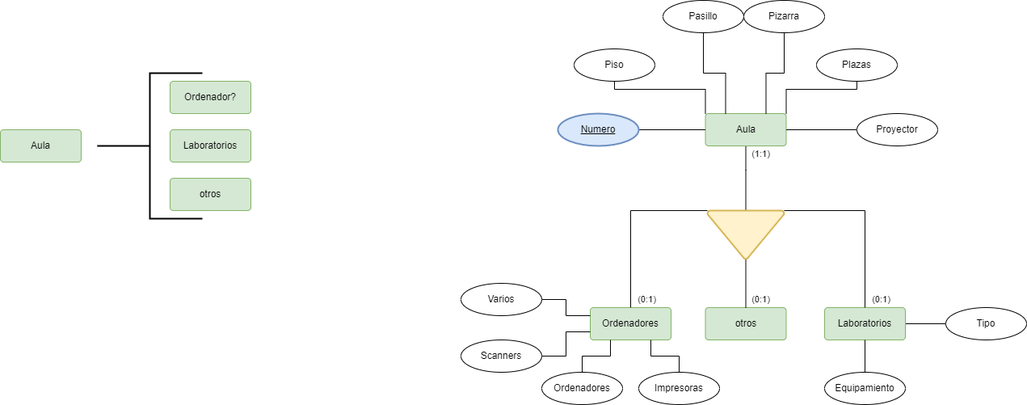
Angel-L-G/Base-Datos keeps this draw.io diagram as tareas base de datos/Actividades_Esquemas/Actividades_Esquemas/ejercicio_8.drawio.png. Above is the earlier version. Source tidied: cells renumbered, new cells last; positions are measured from the earlier drawing's top-left corner, leaving out a move shared by most shapes.
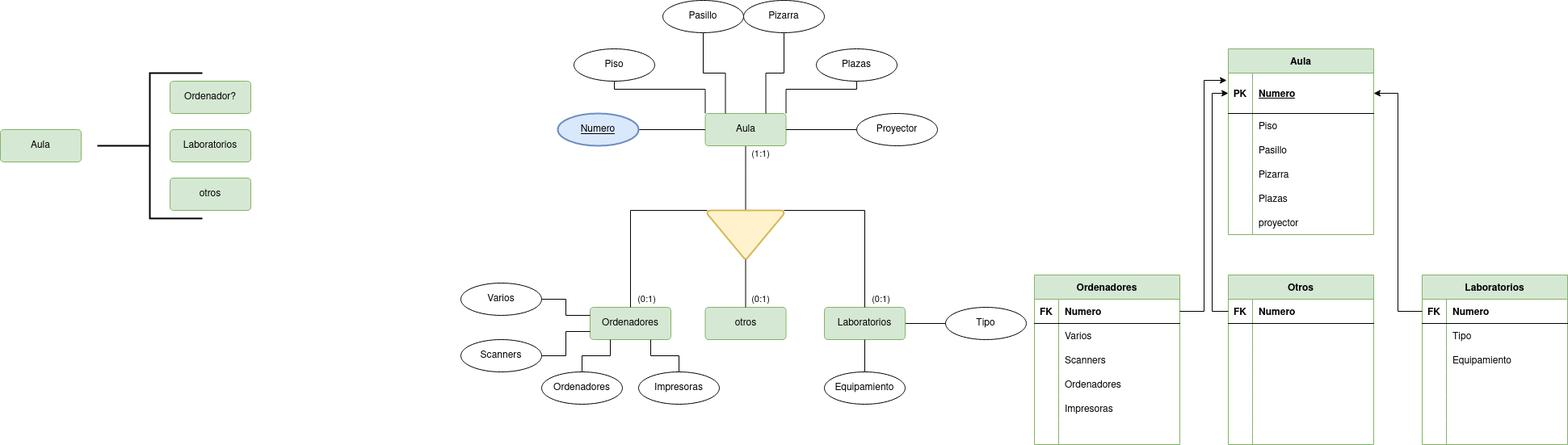
Later version of the same file.

What changed in the source:
```diff
@@ -141,5 +141,242 @@
     <mxCell id="39" value="Varios" style="ellipse;whiteSpace=wrap;html=1;align=center;labelBackgroundColor=none;strokeWidth=1;fontColor=#000000;" parent="1" vertex="1">
       <mxGeometry x="570" y="350" width="100" height="40" as="geometry" />
     </mxCell>
+    <mxCell id="40" value="Aula" style="shape=table;startSize=30;rowLines=0;fontStyle=1;align=center;fillColor=#d5e8d4;strokeColor=#82b366;" parent="1" vertex="1">
+      <mxGeometry x="1520" y="60" width="180" height="230" as="geometry" />
+    </mxCell>
+    <mxCell id="41" style="shape=tableRow;horizontal=0;startSize=0;swimlaneHead=0;swimlaneBody=0;fillColor=none;points=[[0,0.5],[1,0.5]];portConstraint=eastwest;top=0;left=0;right=0;bottom=1;" parent="40" vertex="1">
+      <mxGeometry y="30" width="180" height="50" as="geometry" />
+    </mxCell>
+    <mxCell id="42" value="PK" style="shape=partialRectangle;fillColor=none;top=0;left=0;bottom=0;right=0;fontStyle=1;overflow=hidden;" parent="41" vertex="1">
+      <mxGeometry width="30" height="50" as="geometry" />
+    </mxCell>
+    <mxCell id="43" value="Numero" style="shape=partialRectangle;fillColor=none;top=0;left=0;bottom=0;right=0;align=left;spacingLeft=6;fontStyle=5;overflow=hidden;" parent="41" vertex="1">
+      <mxGeometry x="30" width="150" height="50" as="geometry" />
+    </mxCell>
+    <mxCell id="44" style="shape=tableRow;horizontal=0;startSize=0;swimlaneHead=0;swimlaneBody=0;fillColor=none;top=0;left=0;right=0;bottom=0;" parent="40" vertex="1">
+      <mxGeometry y="80" width="180" height="30" as="geometry" />
+    </mxCell>
+    <mxCell id="45" style="shape=partialRectangle;fillColor=none;top=0;left=0;bottom=0;right=0;overflow=hidden;" parent="44" vertex="1">
+      <mxGeometry width="30" height="30" as="geometry" />
+    </mxCell>
+    <mxCell id="46" value="Piso" style="shape=partialRectangle;fillColor=none;top=0;left=0;bottom=0;right=0;align=left;spacingLeft=6;overflow=hidden;" parent="44" vertex="1">
+      <mxGeometry x="30" width="150" height="30" as="geometry" />
+    </mxCell>
+    <mxCell id="47" style="shape=tableRow;horizontal=0;startSize=0;swimlaneHead=0;swimlaneBody=0;fillColor=none;top=0;left=0;right=0;bottom=0;" parent="40" vertex="1">
+      <mxGeometry y="110" width="180" height="30" as="geometry" />
+    </mxCell>
+    <mxCell id="48" style="shape=partialRectangle;fillColor=none;top=0;left=0;bottom=0;right=0;overflow=hidden;" parent="47" vertex="1">
+      <mxGeometry width="30" height="30" as="geometry" />
+    </mxCell>
+    <mxCell id="49" value="Pasillo" style="shape=partialRectangle;fillColor=none;top=0;left=0;bottom=0;right=0;align=left;spacingLeft=6;overflow=hidden;" parent="47" vertex="1">
+      <mxGeometry x="30" width="150" height="30" as="geometry" />
+    </mxCell>
+    <mxCell id="50" style="shape=tableRow;horizontal=0;startSize=0;swimlaneHead=0;swimlaneBody=0;fillColor=none;top=0;left=0;right=0;bottom=0;" parent="40" vertex="1">
+      <mxGeometry y="140" width="180" height="30" as="geometry" />
+    </mxCell>
+    <mxCell id="51" style="shape=partialRectangle;fillColor=none;top=0;left=0;bottom=0;right=0;overflow=hidden;" parent="50" vertex="1">
+      <mxGeometry width="30" height="30" as="geometry" />
+    </mxCell>
+    <mxCell id="52" value="Pizarra" style="shape=partialRectangle;fillColor=none;top=0;left=0;bottom=0;right=0;align=left;spacingLeft=6;overflow=hidden;" parent="50" vertex="1">
+      <mxGeometry x="30" width="150" height="30" as="geometry" />
+    </mxCell>
+    <mxCell id="53" style="shape=tableRow;horizontal=0;startSize=0;swimlaneHead=0;swimlaneBody=0;fillColor=none;top=0;left=0;right=0;bottom=0;" parent="40" vertex="1">
+      <mxGeometry y="170" width="180" height="30" as="geometry" />
+    </mxCell>
+    <mxCell id="54" style="shape=partialRectangle;fillColor=none;top=0;left=0;bottom=0;right=0;overflow=hidden;" parent="53" vertex="1">
+      <mxGeometry width="30" height="30" as="geometry" />
+    </mxCell>
+    <mxCell id="55" value="Plazas" style="shape=partialRectangle;fillColor=none;top=0;left=0;bottom=0;right=0;align=left;spacingLeft=6;overflow=hidden;" parent="53" vertex="1">
+      <mxGeometry x="30" width="150" height="30" as="geometry" />
+    </mxCell>
+    <mxCell id="56" style="shape=tableRow;horizontal=0;startSize=0;swimlaneHead=0;swimlaneBody=0;fillColor=none;top=0;left=0;right=0;bottom=0;" parent="40" vertex="1">
+      <mxGeometry y="200" width="180" height="30" as="geometry" />
+    </mxCell>
+    <mxCell id="57" style="shape=partialRectangle;fillColor=none;top=0;left=0;bottom=0;right=0;overflow=hidden;" parent="56" vertex="1">
+      <mxGeometry width="30" height="30" as="geometry" />
+    </mxCell>
+    <mxCell id="58" value="proyector" style="shape=partialRectangle;fillColor=none;top=0;left=0;bottom=0;right=0;align=left;spacingLeft=6;overflow=hidden;" parent="56" vertex="1">
+      <mxGeometry x="30" width="150" height="30" as="geometry" />
+    </mxCell>
+    <mxCell id="59" value="Ordenadores" style="shape=table;startSize=30;rowLines=0;fontStyle=1;align=center;fillColor=#d5e8d4;strokeColor=#82b366;" parent="1" vertex="1">
+      <mxGeometry x="1280" y="340" width="180" height="210" as="geometry" />
+    </mxCell>
+    <mxCell id="60" style="shape=tableRow;horizontal=0;startSize=0;swimlaneHead=0;swimlaneBody=0;fillColor=none;points=[[0,0.5],[1,0.5]];portConstraint=eastwest;top=0;left=0;right=0;bottom=1;" parent="59" vertex="1">
+      <mxGeometry y="30" width="180" height="30" as="geometry" />
+    </mxCell>
+    <mxCell id="61" value="FK" style="shape=partialRectangle;fillColor=none;top=0;left=0;bottom=0;right=0;fontStyle=1;overflow=hidden;" parent="60" vertex="1">
+      <mxGeometry width="30" height="30" as="geometry" />
+    </mxCell>
+    <mxCell id="62" value="Numero" style="shape=partialRectangle;fillColor=none;top=0;left=0;bottom=0;right=0;align=left;spacingLeft=6;fontStyle=1;overflow=hidden;" parent="60" vertex="1">
+      <mxGeometry x="30" width="150" height="30" as="geometry" />
+    </mxCell>
+    <mxCell id="63" style="shape=tableRow;horizontal=0;startSize=0;swimlaneHead=0;swimlaneBody=0;fillColor=none;top=0;left=0;right=0;bottom=0;" parent="59" vertex="1">
+      <mxGeometry y="60" width="180" height="30" as="geometry" />
+    </mxCell>
+    <mxCell id="64" style="shape=partialRectangle;fillColor=none;top=0;left=0;bottom=0;right=0;overflow=hidden;" parent="63" vertex="1">
+      <mxGeometry width="30" height="30" as="geometry" />
+    </mxCell>
+    <mxCell id="65" value="Varios" style="shape=partialRectangle;fillColor=none;top=0;left=0;bottom=0;right=0;align=left;spacingLeft=6;overflow=hidden;" parent="63" vertex="1">
+      <mxGeometry x="30" width="150" height="30" as="geometry" />
+    </mxCell>
+    <mxCell id="66" style="shape=tableRow;horizontal=0;startSize=0;swimlaneHead=0;swimlaneBody=0;fillColor=none;top=0;left=0;right=0;bottom=0;" parent="59" vertex="1">
+      <mxGeometry y="90" width="180" height="30" as="geometry" />
+    </mxCell>
+    <mxCell id="67" style="shape=partialRectangle;fillColor=none;top=0;left=0;bottom=0;right=0;overflow=hidden;" parent="66" vertex="1">
+      <mxGeometry width="30" height="30" as="geometry" />
+    </mxCell>
+    <mxCell id="68" value="Scanners" style="shape=partialRectangle;fillColor=none;top=0;left=0;bottom=0;right=0;align=left;spacingLeft=6;overflow=hidden;" parent="66" vertex="1">
+      <mxGeometry x="30" width="150" height="30" as="geometry" />
+    </mxCell>
+    <mxCell id="69" style="shape=tableRow;horizontal=0;startSize=0;swimlaneHead=0;swimlaneBody=0;fillColor=none;top=0;left=0;right=0;bottom=0;" parent="59" vertex="1">
+      <mxGeometry y="120" width="180" height="30" as="geometry" />
+    </mxCell>
+    <mxCell id="70" style="shape=partialRectangle;fillColor=none;top=0;left=0;bottom=0;right=0;overflow=hidden;" parent="69" vertex="1">
+      <mxGeometry width="30" height="30" as="geometry" />
+    </mxCell>
+    <mxCell id="71" value="Ordenadores" style="shape=partialRectangle;fillColor=none;top=0;left=0;bottom=0;right=0;align=left;spacingLeft=6;overflow=hidden;" parent="69" vertex="1">
+      <mxGeometry x="30" width="150" height="30" as="geometry" />
+    </mxCell>
+    <mxCell id="72" style="shape=tableRow;horizontal=0;startSize=0;swimlaneHead=0;swimlaneBody=0;fillColor=none;top=0;left=0;right=0;bottom=0;" parent="59" vertex="1">
+      <mxGeometry y="150" width="180" height="30" as="geometry" />
+    </mxCell>
+    <mxCell id="73" style="shape=partialRectangle;fillColor=none;top=0;left=0;bottom=0;right=0;overflow=hidden;" parent="72" vertex="1">
+      <mxGeometry width="30" height="30" as="geometry" />
+    </mxCell>
+    <mxCell id="74" value="Impresoras" style="shape=partialRectangle;fillColor=none;top=0;left=0;bottom=0;right=0;align=left;spacingLeft=6;overflow=hidden;" parent="72" vertex="1">
+      <mxGeometry x="30" width="150" height="30" as="geometry" />
+    </mxCell>
+    <mxCell id="75" style="shape=tableRow;horizontal=0;startSize=0;swimlaneHead=0;swimlaneBody=0;fillColor=none;top=0;left=0;right=0;bottom=0;" parent="59" vertex="1">
+      <mxGeometry y="180" width="180" height="30" as="geometry" />
+    </mxCell>
+    <mxCell id="76" style="shape=partialRectangle;fillColor=none;top=0;left=0;bottom=0;right=0;overflow=hidden;" parent="75" vertex="1">
+      <mxGeometry width="30" height="30" as="geometry" />
+    </mxCell>
+    <mxCell id="77" style="shape=partialRectangle;fillColor=none;top=0;left=0;bottom=0;right=0;align=left;spacingLeft=6;overflow=hidden;" parent="75" vertex="1">
+      <mxGeometry x="30" width="150" height="30" as="geometry" />
+    </mxCell>
+    <mxCell id="78" value="Laboratorios" style="shape=table;startSize=30;rowLines=0;fontStyle=1;align=center;fillColor=#d5e8d4;strokeColor=#82b366;" parent="1" vertex="1">
+      <mxGeometry x="1760" y="340" width="180" height="210" as="geometry" />
+    </mxCell>
+    <mxCell id="79" style="shape=tableRow;horizontal=0;startSize=0;swimlaneHead=0;swimlaneBody=0;fillColor=none;points=[[0,0.5],[1,0.5]];portConstraint=eastwest;top=0;left=0;right=0;bottom=1;" parent="78" vertex="1">
+      <mxGeometry y="30" width="180" height="30" as="geometry" />
+    </mxCell>
+    <mxCell id="80" value="FK" style="shape=partialRectangle;fillColor=none;top=0;left=0;bottom=0;right=0;fontStyle=1;overflow=hidden;" parent="79" vertex="1">
+      <mxGeometry width="30" height="30" as="geometry" />
+    </mxCell>
+    <mxCell id="81" value="Numero" style="shape=partialRectangle;fillColor=none;top=0;left=0;bottom=0;right=0;align=left;spacingLeft=6;fontStyle=1;overflow=hidden;" parent="79" vertex="1">
+      <mxGeometry x="30" width="150" height="30" as="geometry" />
+    </mxCell>
+    <mxCell id="82" style="shape=tableRow;horizontal=0;startSize=0;swimlaneHead=0;swimlaneBody=0;fillColor=none;top=0;left=0;right=0;bottom=0;" parent="78" vertex="1">
+      <mxGeometry y="60" width="180" height="30" as="geometry" />
+    </mxCell>
+    <mxCell id="83" style="shape=partialRectangle;fillColor=none;top=0;left=0;bottom=0;right=0;overflow=hidden;" parent="82" vertex="1">
+      <mxGeometry width="30" height="30" as="geometry" />
+    </mxCell>
+    <mxCell id="84" value="Tipo" style="shape=partialRectangle;fillColor=none;top=0;left=0;bottom=0;right=0;align=left;spacingLeft=6;overflow=hidden;" parent="82" vertex="1">
+      <mxGeometry x="30" width="150" height="30" as="geometry" />
+    </mxCell>
+    <mxCell id="85" style="shape=tableRow;horizontal=0;startSize=0;swimlaneHead=0;swimlaneBody=0;fillColor=none;top=0;left=0;right=0;bottom=0;" parent="78" vertex="1">
+      <mxGeometry y="90" width="180" height="30" as="geometry" />
+    </mxCell>
+    <mxCell id="86" style="shape=partialRectangle;fillColor=none;top=0;left=0;bottom=0;right=0;overflow=hidden;" parent="85" vertex="1">
+      <mxGeometry width="30" height="30" as="geometry" />
+    </mxCell>
+    <mxCell id="87" value="Equipamiento" style="shape=partialRectangle;fillColor=none;top=0;left=0;bottom=0;right=0;align=left;spacingLeft=6;overflow=hidden;" parent="85" vertex="1">
+      <mxGeometry x="30" width="150" height="30" as="geometry" />
+    </mxCell>
+    <mxCell id="88" style="shape=tableRow;horizontal=0;startSize=0;swimlaneHead=0;swimlaneBody=0;fillColor=none;top=0;left=0;right=0;bottom=0;" parent="78" vertex="1">
+      <mxGeometry y="120" width="180" height="30" as="geometry" />
+    </mxCell>
+    <mxCell id="89" style="shape=partialRectangle;fillColor=none;top=0;left=0;bottom=0;right=0;overflow=hidden;" parent="88" vertex="1">
+      <mxGeometry width="30" height="30" as="geometry" />
+    </mxCell>
+    <mxCell id="90" style="shape=partialRectangle;fillColor=none;top=0;left=0;bottom=0;right=0;align=left;spacingLeft=6;overflow=hidden;" parent="88" vertex="1">
+      <mxGeometry x="30" width="150" height="30" as="geometry" />
+    </mxCell>
+    <mxCell id="91" style="shape=tableRow;horizontal=0;startSize=0;swimlaneHead=0;swimlaneBody=0;fillColor=none;top=0;left=0;right=0;bottom=0;" parent="78" vertex="1">
+      <mxGeometry y="150" width="180" height="30" as="geometry" />
+    </mxCell>
+    <mxCell id="92" style="shape=partialRectangle;fillColor=none;top=0;left=0;bottom=0;right=0;overflow=hidden;" parent="91" vertex="1">
+      <mxGeometry width="30" height="30" as="geometry" />
+    </mxCell>
+    <mxCell id="93" style="shape=partialRectangle;fillColor=none;top=0;left=0;bottom=0;right=0;align=left;spacingLeft=6;overflow=hidden;" parent="91" vertex="1">
+      <mxGeometry x="30" width="150" height="30" as="geometry" />
+    </mxCell>
+    <mxCell id="94" style="shape=tableRow;horizontal=0;startSize=0;swimlaneHead=0;swimlaneBody=0;fillColor=none;top=0;left=0;right=0;bottom=0;" parent="78" vertex="1">
+      <mxGeometry y="180" width="180" height="30" as="geometry" />
+    </mxCell>
+    <mxCell id="95" style="shape=partialRectangle;fillColor=none;top=0;left=0;bottom=0;right=0;overflow=hidden;" parent="94" vertex="1">
+      <mxGeometry width="30" height="30" as="geometry" />
+    </mxCell>
+    <mxCell id="96" style="shape=partialRectangle;fillColor=none;top=0;left=0;bottom=0;right=0;align=left;spacingLeft=6;overflow=hidden;" parent="94" vertex="1">
+      <mxGeometry x="30" width="150" height="30" as="geometry" />
+    </mxCell>
+    <mxCell id="97" value="Otros" style="shape=table;startSize=30;rowLines=0;fontStyle=1;align=center;fillColor=#d5e8d4;strokeColor=#82b366;" parent="1" vertex="1">
+      <mxGeometry x="1520" y="340" width="180" height="210" as="geometry" />
+    </mxCell>
+    <mxCell id="98" style="shape=tableRow;horizontal=0;startSize=0;swimlaneHead=0;swimlaneBody=0;fillColor=none;points=[[0,0.5],[1,0.5]];portConstraint=eastwest;top=0;left=0;right=0;bottom=1;" parent="97" vertex="1">
+      <mxGeometry y="30" width="180" height="30" as="geometry" />
+    </mxCell>
+    <mxCell id="99" value="FK" style="shape=partialRectangle;fillColor=none;top=0;left=0;bottom=0;right=0;fontStyle=1;overflow=hidden;" parent="98" vertex="1">
+      <mxGeometry width="30" height="30" as="geometry" />
+    </mxCell>
+    <mxCell id="100" value="Numero" style="shape=partialRectangle;fillColor=none;top=0;left=0;bottom=0;right=0;align=left;spacingLeft=6;fontStyle=1;overflow=hidden;" parent="98" vertex="1">
+      <mxGeometry x="30" width="150" height="30" as="geometry" />
+    </mxCell>
+    <mxCell id="101" style="shape=tableRow;horizontal=0;startSize=0;swimlaneHead=0;swimlaneBody=0;fillColor=none;top=0;left=0;right=0;bottom=0;" parent="97" vertex="1">
+      <mxGeometry y="60" width="180" height="30" as="geometry" />
+    </mxCell>
+    <mxCell id="102" style="shape=partialRectangle;fillColor=none;top=0;left=0;bottom=0;right=0;overflow=hidden;" parent="101" vertex="1">
+      <mxGeometry width="30" height="30" as="geometry" />
+    </mxCell>
+    <mxCell id="103" style="shape=partialRectangle;fillColor=none;top=0;left=0;bottom=0;right=0;align=left;spacingLeft=6;overflow=hidden;" parent="101" vertex="1">
+      <mxGeometry x="30" width="150" height="30" as="geometry" />
+    </mxCell>
+    <mxCell id="104" style="shape=tableRow;horizontal=0;startSize=0;swimlaneHead=0;swimlaneBody=0;fillColor=none;top=0;left=0;right=0;bottom=0;" parent="97" vertex="1">
+      <mxGeometry y="90" width="180" height="30" as="geometry" />
+    </mxCell>
+    <mxCell id="105" style="shape=partialRectangle;fillColor=none;top=0;left=0;bottom=0;right=0;overflow=hidden;" parent="104" vertex="1">
+      <mxGeometry width="30" height="30" as="geometry" />
+    </mxCell>
+    <mxCell id="106" style="shape=partialRectangle;fillColor=none;top=0;left=0;bottom=0;right=0;align=left;spacingLeft=6;overflow=hidden;" parent="104" vertex="1">
+      <mxGeometry x="30" width="150" height="30" as="geometry" />
+    </mxCell>
+    <mxCell id="107" style="shape=tableRow;horizontal=0;startSize=0;swimlaneHead=0;swimlaneBody=0;fillColor=none;top=0;left=0;right=0;bottom=0;" parent="97" vertex="1">
+      <mxGeometry y="120" width="180" height="30" as="geometry" />
+    </mxCell>
+    <mxCell id="108" style="shape=partialRectangle;fillColor=none;top=0;left=0;bottom=0;right=0;overflow=hidden;" parent="107" vertex="1">
+      <mxGeometry width="30" height="30" as="geometry" />
+    </mxCell>
+    <mxCell id="109" style="shape=partialRectangle;fillColor=none;top=0;left=0;bottom=0;right=0;align=left;spacingLeft=6;overflow=hidden;" parent="107" vertex="1">
+      <mxGeometry x="30" width="150" height="30" as="geometry" />
+    </mxCell>
+    <mxCell id="110" style="shape=tableRow;horizontal=0;startSize=0;swimlaneHead=0;swimlaneBody=0;fillColor=none;top=0;left=0;right=0;bottom=0;" parent="97" vertex="1">
+      <mxGeometry y="150" width="180" height="30" as="geometry" />
+    </mxCell>
+    <mxCell id="111" style="shape=partialRectangle;fillColor=none;top=0;left=0;bottom=0;right=0;overflow=hidden;" parent="110" vertex="1">
+      <mxGeometry width="30" height="30" as="geometry" />
+    </mxCell>
+    <mxCell id="112" style="shape=partialRectangle;fillColor=none;top=0;left=0;bottom=0;right=0;align=left;spacingLeft=6;overflow=hidden;" parent="110" vertex="1">
+      <mxGeometry x="30" width="150" height="30" as="geometry" />
+    </mxCell>
+    <mxCell id="113" style="shape=tableRow;horizontal=0;startSize=0;swimlaneHead=0;swimlaneBody=0;fillColor=none;top=0;left=0;right=0;bottom=0;" parent="97" vertex="1">
+      <mxGeometry y="180" width="180" height="30" as="geometry" />
+    </mxCell>
+    <mxCell id="114" style="shape=partialRectangle;fillColor=none;top=0;left=0;bottom=0;right=0;overflow=hidden;" parent="113" vertex="1">
+      <mxGeometry width="30" height="30" as="geometry" />
+    </mxCell>
+    <mxCell id="115" style="shape=partialRectangle;fillColor=none;top=0;left=0;bottom=0;right=0;align=left;spacingLeft=6;overflow=hidden;" parent="113" vertex="1">
+      <mxGeometry x="30" width="150" height="30" as="geometry" />
+    </mxCell>
+    <mxCell id="116" style="edgeStyle=orthogonalEdgeStyle;rounded=0;jettySize=auto;html=1;entryX=-0.011;entryY=0.18;entryDx=0;entryDy=0;entryPerimeter=0;" parent="1" edge="1" source="60" target="41">
+      <mxGeometry relative="1" as="geometry" />
+    </mxCell>
+    <mxCell id="117" style="edgeStyle=orthogonalEdgeStyle;rounded=0;jettySize=auto;html=1;entryX=0;entryY=0.5;entryDx=0;entryDy=0;" parent="1" edge="1" source="98" target="41">
+      <mxGeometry relative="1" as="geometry" />
+    </mxCell>
+    <mxCell id="118" style="edgeStyle=orthogonalEdgeStyle;rounded=0;jettySize=auto;html=1;entryX=1;entryY=0.5;entryDx=0;entryDy=0;" parent="1" edge="1" source="79" target="41">
+      <mxGeometry relative="1" as="geometry" />
+    </mxCell>
   </root>
 </mxGraphModel>
```
